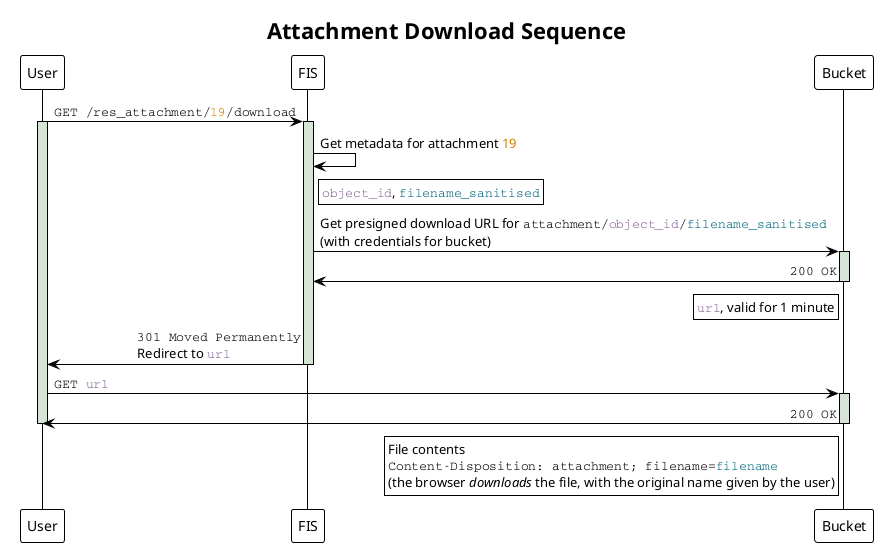
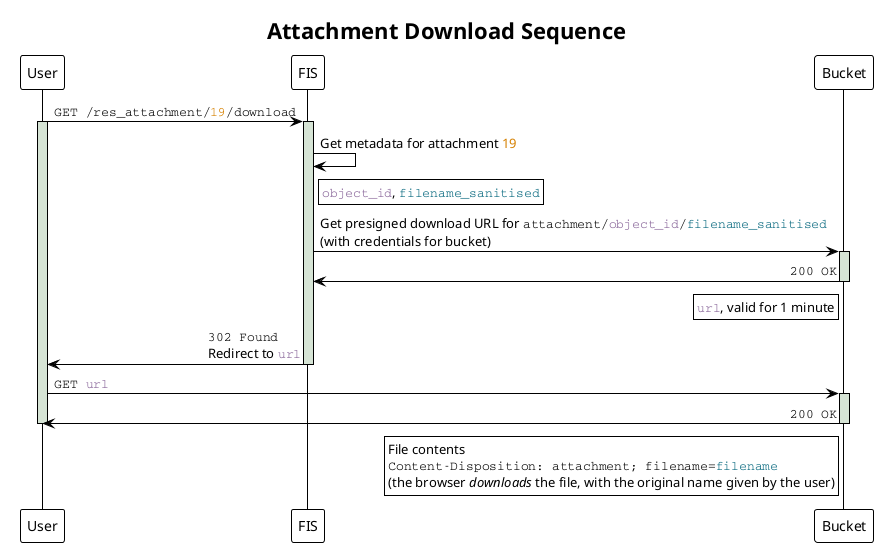
@startuml attachment_download_sequence
!theme plain

title Attachment Download Sequence

skinparam LifelineStrategy solid
skinparam SequenceMessageAlign direction

participant User as user
participant "FIS" as fis
participant Bucket as bucket

user -> fis: ""GET /res_attachment/<color #d58000>19</color>/download""
activate fis #d6e4d5
activate user #d6e4d5

fis -> fis: Get metadata for attachment <color #d58000>19</color>
rnote right of fis
""<color #886599>object_id</color>"", ""<color #05677d>filename_sanitised</color>""
end note

fis -> bucket:\
Get presigned download URL for ""attachment/<color #886599>object_id</color>/<color #05677d>filename_sanitised</color>""\n\
(with credentials for bucket)
activate bucket #d6e4d5

bucket -> fis: ""200 OK""
rnote left of bucket
""<color #886599>url</color>"", valid for 1 minute
end note
deactivate bucket

fis -> user:\
- ""301 Moved Permanently""\n\
+ ""302 Found""\n\
Redirect to ""<color #886599>url</color>""
deactivate fis

user -> bucket: ""GET <color #886599>url</color>""
activate bucket #d6e4d5
bucket -> user: ""200 OK""
deactivate bucket
deactivate user
rnote left of bucket
File contents
""Content-Disposition: attachment; filename=<color #05677d>filename</color>""
(the browser <i>downloads</i> the file, with the original name given by the user)
end note

@enduml
